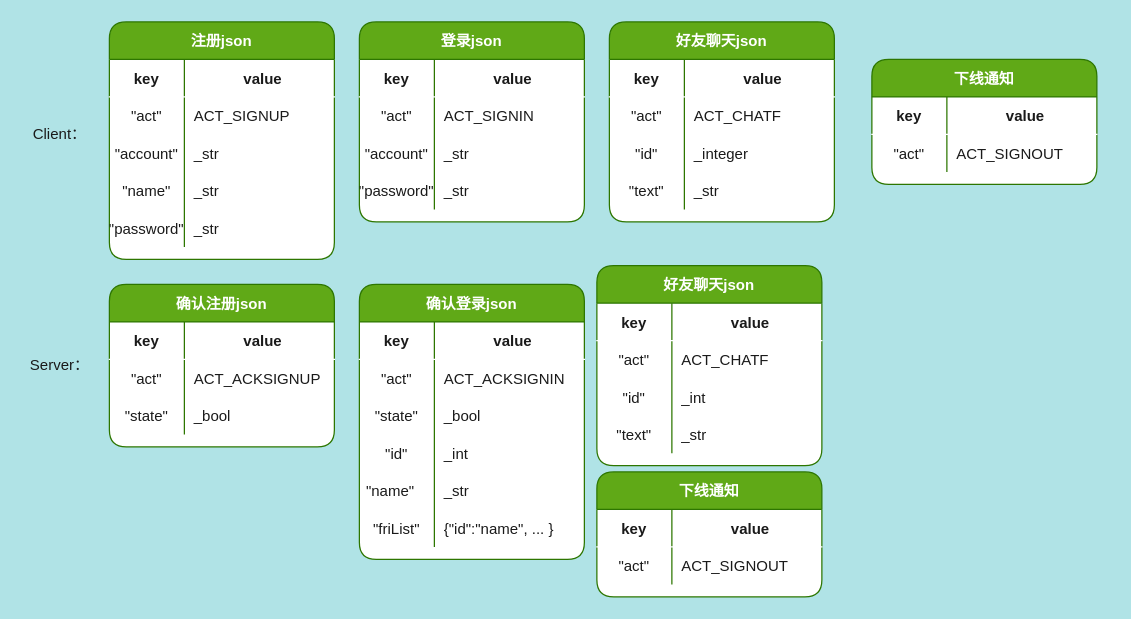
Before: json约定.drawio in leo-zhang-git/Gchatpro-file, a draw.io diagram. Source tidied: cells renumbered, new cells numbered last; positions are measured from the earlier drawing's top-left corner, leaving out a move shared by most shapes. Both pictures are drawn from the tidied source at 125%, with x=0, y=0 at pixel (21, 21).
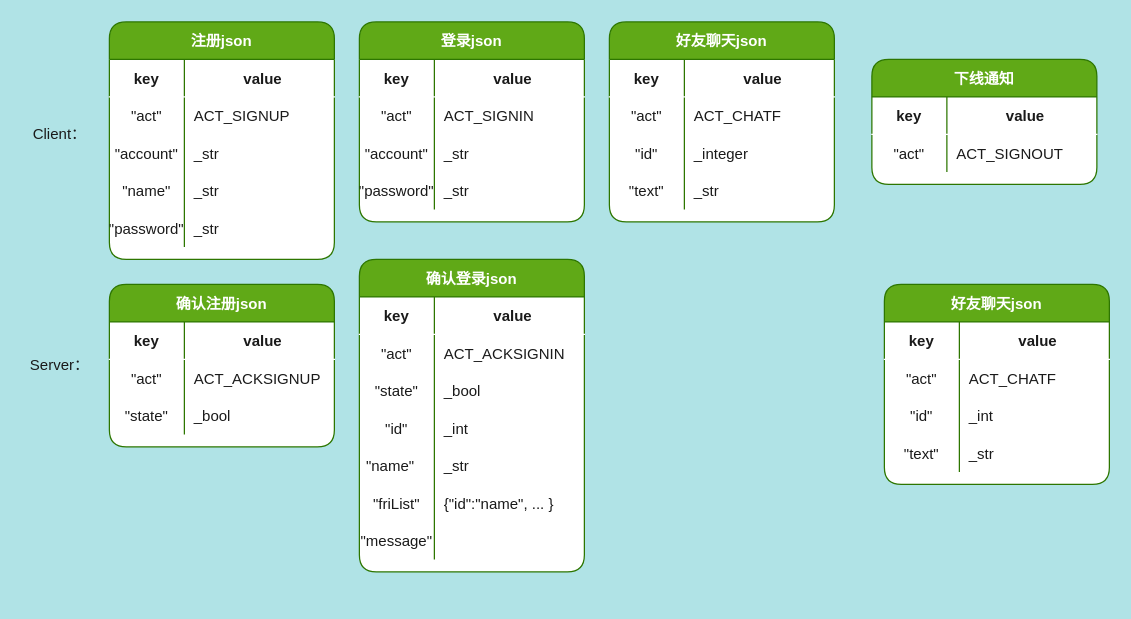
After the change.

What changed in the source:
```diff
@@
     <mxCell id="56" value="确认登录json" style="shape=table;startSize=30;childLayout=tableLayout;rowLines=0;fontStyle=1;align=center;rounded=1;shadow=0;fillColor=#60a917;strokeColor=#2D7600;fontColor=#ffffff;flipH=1;flipV=0;swimlaneFillColor=default;" parent="1" vertex="1">
-      <mxGeometry x="270" y="210" width="180" height="220" as="geometry" />
+      <mxGeometry x="270" y="190" width="180" height="250" as="geometry" />
     </mxCell>
@@
+    <mxCell id="102" style="shape=tableRow;horizontal=0;startSize=0;swimlaneHead=0;swimlaneBody=0;fillColor=none;top=0;left=0;right=0;bottom=0;rounded=1;shadow=0;fontColor=#1A1A1A;strokeColor=#FFFFFF;" parent="56" vertex="1">
+      <mxGeometry y="210" width="180" height="30" as="geometry" />
+    </mxCell>
+    <mxCell id="103" value="&quot;message&quot;" style="shape=partialRectangle;fillColor=none;top=0;left=0;bottom=0;right=0;overflow=hidden;rounded=1;shadow=0;fontColor=#1A1A1A;strokeColor=#FFFFFF;" parent="102" vertex="1">
+      <mxGeometry width="60" height="30" as="geometry" />
+    </mxCell>
+    <mxCell id="104" style="shape=partialRectangle;fillColor=none;top=0;left=0;bottom=0;right=0;align=left;spacingLeft=6;overflow=hidden;rounded=1;shadow=0;fontColor=#1A1A1A;strokeColor=#FFFFFF;" parent="102" vertex="1">
+      <mxGeometry x="60" width="120" height="30" as="geometry" />
+    </mxCell>
     <mxCell id="75" value="好友聊天json" style="shape=table;startSize=30;childLayout=tableLayout;rowLines=0;fontStyle=1;align=center;rounded=1;shadow=0;fillColor=#60a917;strokeColor=#2D7600;fontColor=#ffffff;flipH=1;flipV=0;gradientColor=none;swimlaneFillColor=default;" parent="1" vertex="1">
-      <mxGeometry x="460" y="195" width="180" height="160" as="geometry" />
+      <mxGeometry x="690" y="210" width="180" height="160" as="geometry" />
     </mxCell>
@@
-    <mxCell id="88" value="下线通知" style="shape=table;startSize=30;childLayout=tableLayout;rowLines=0;fontStyle=1;align=center;rounded=1;shadow=0;fillColor=#60a917;strokeColor=#2D7600;fontColor=#ffffff;flipH=1;flipV=0;swimlaneFillColor=default;" parent="1" vertex="1">
-      <mxGeometry x="460" y="360" width="180" height="100" as="geometry" />
-    </mxCell>
-    <mxCell id="89" style="shape=tableRow;horizontal=0;startSize=0;swimlaneHead=0;swimlaneBody=0;fillColor=none;top=0;left=0;right=0;bottom=1;rounded=1;shadow=0;fontColor=#1A1A1A;strokeColor=#FFFFFF;" parent="88" vertex="1">
-      <mxGeometry y="30" width="180" height="30" as="geometry" />
-    </mxCell>
-    <mxCell id="90" value="key" style="shape=partialRectangle;fillColor=none;top=0;left=0;bottom=0;right=0;fontStyle=1;overflow=hidden;rounded=1;shadow=0;fontColor=#1A1A1A;strokeColor=#FFFFFF;" parent="89" vertex="1">
-      <mxGeometry width="60" height="30" as="geometry" />
-    </mxCell>
-    <mxCell id="91" value="value" style="shape=partialRectangle;fillColor=none;top=0;left=0;bottom=0;right=0;align=center;spacingLeft=6;fontStyle=1;overflow=hidden;rounded=1;shadow=0;fontColor=#1A1A1A;strokeColor=#66FF66;verticalAlign=middle;" parent="89" vertex="1">
-      <mxGeometry x="60" width="120" height="30" as="geometry" />
-    </mxCell>
-    <mxCell id="92" style="shape=tableRow;horizontal=0;startSize=0;swimlaneHead=0;swimlaneBody=0;fillColor=none;top=0;left=0;right=0;bottom=0;rounded=1;shadow=0;fontColor=#1A1A1A;strokeColor=#FFFFFF;" parent="88" vertex="1">
-      <mxGeometry y="60" width="180" height="30" as="geometry" />
-    </mxCell>
-    <mxCell id="93" value="&quot;act&quot;" style="shape=partialRectangle;fillColor=none;top=0;left=0;bottom=0;right=0;overflow=hidden;rounded=1;shadow=0;fontColor=#1A1A1A;strokeColor=#FFFFFF;" parent="92" vertex="1">
-      <mxGeometry width="60" height="30" as="geometry" />
-    </mxCell>
-    <mxCell id="94" value="ACT_SIGNOUT" style="shape=partialRectangle;fillColor=none;top=0;left=0;bottom=0;right=0;align=left;spacingLeft=6;overflow=hidden;rounded=1;shadow=0;fontColor=#1A1A1A;strokeColor=#FFFFFF;" parent="92" vertex="1">
-      <mxGeometry x="60" width="120" height="30" as="geometry" />
-    </mxCell>
```
